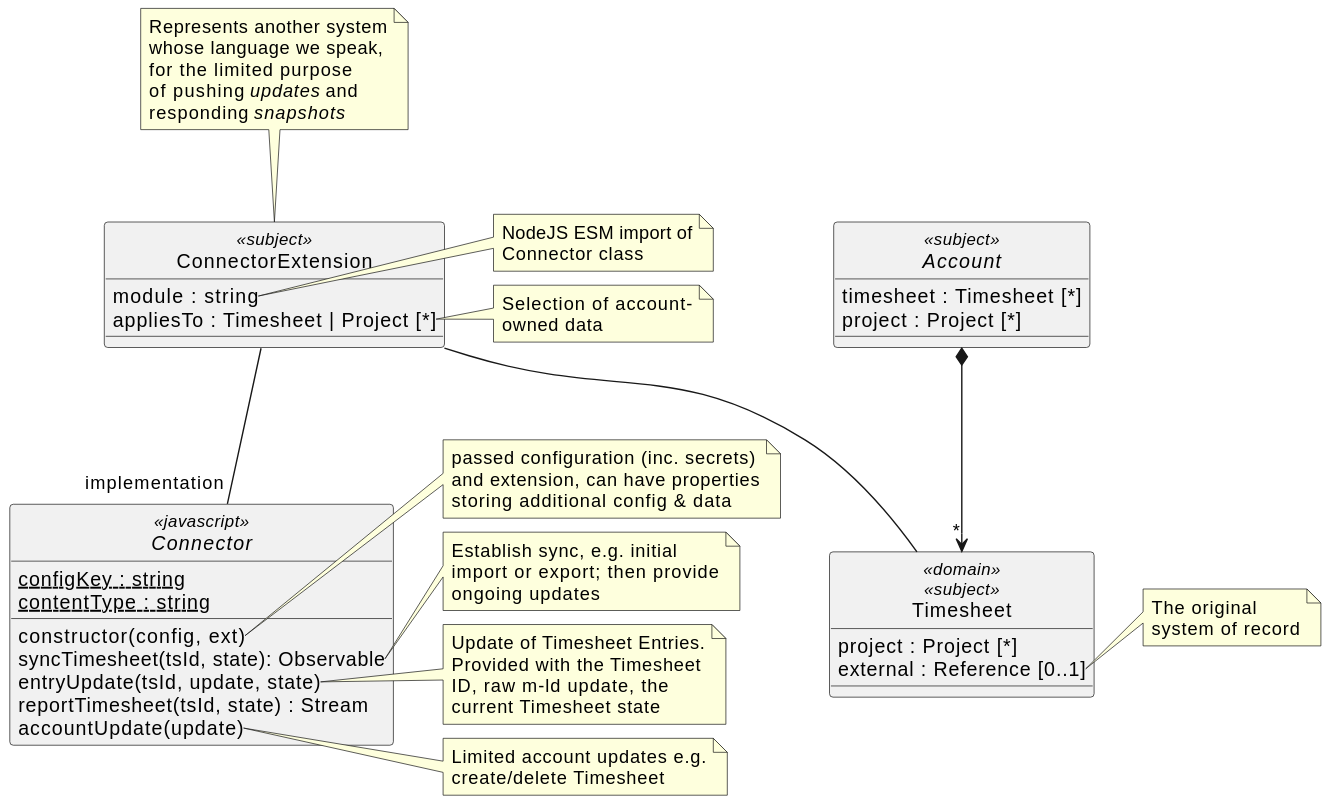
m-ld/timeld keeps this PlantUML diagram as architecture/integration/img/connector.class.svg. Above is the earlier version. The source it was exported from:
```plantuml
@startuml

hide circle
allowmixing

abstract class Account <<subject>> {
  timesheet : Timesheet [*]
  project : Project [*]
}

class Timesheet <<domain>> <<subject>> {
  project : Project [*]
  external : Reference [0..1]
}
note right of Timesheet::external
  The original
  system of record
end note

Account *--> "*" Timesheet

class ConnectorExtension <<subject>> {
  module : string
  appliesTo : Timesheet | Project [*]
}
note top of ConnectorExtension
  Represents another system
  whose language we speak,
  for the limited purpose
  of pushing //updates// and
  responding //snapshots//
end note

note right of ConnectorExtension::module
  NodeJS ESM import of
  Connector class
end note

note right of ConnectorExtension::appliesTo
  Selection of account-
  owned data
end note

ConnectorExtension -- Timesheet

abstract class Connector <<javascript>> {
  {static} configKey : string
  {static} contentType : string
  constructor(config, ext)
  syncTimesheet(tsId, state): Observable
  entryUpdate(tsId, update, state)
  reportTimesheet(tsId, state) : Stream
  accountUpdate(update)
}
note right of Connector::constructor
  passed configuration (inc. secrets)
  and extension, can have properties
  storing additional config & data
end note

note right of Connector::syncTimesheet
  Establish sync, e.g. initial
  import or export; then provide
  ongoing updates
end note

note right of Connector::entryUpdate
  Update of Timesheet Entries.
  Provided with the Timesheet
  ID, raw m-ld update, the
  current Timesheet state
end note

note right of Connector::accountUpdate
  Limited account updates e.g.
  create/delete Timesheet
end note

ConnectorExtension -- "implementation" Connector

@enduml
```
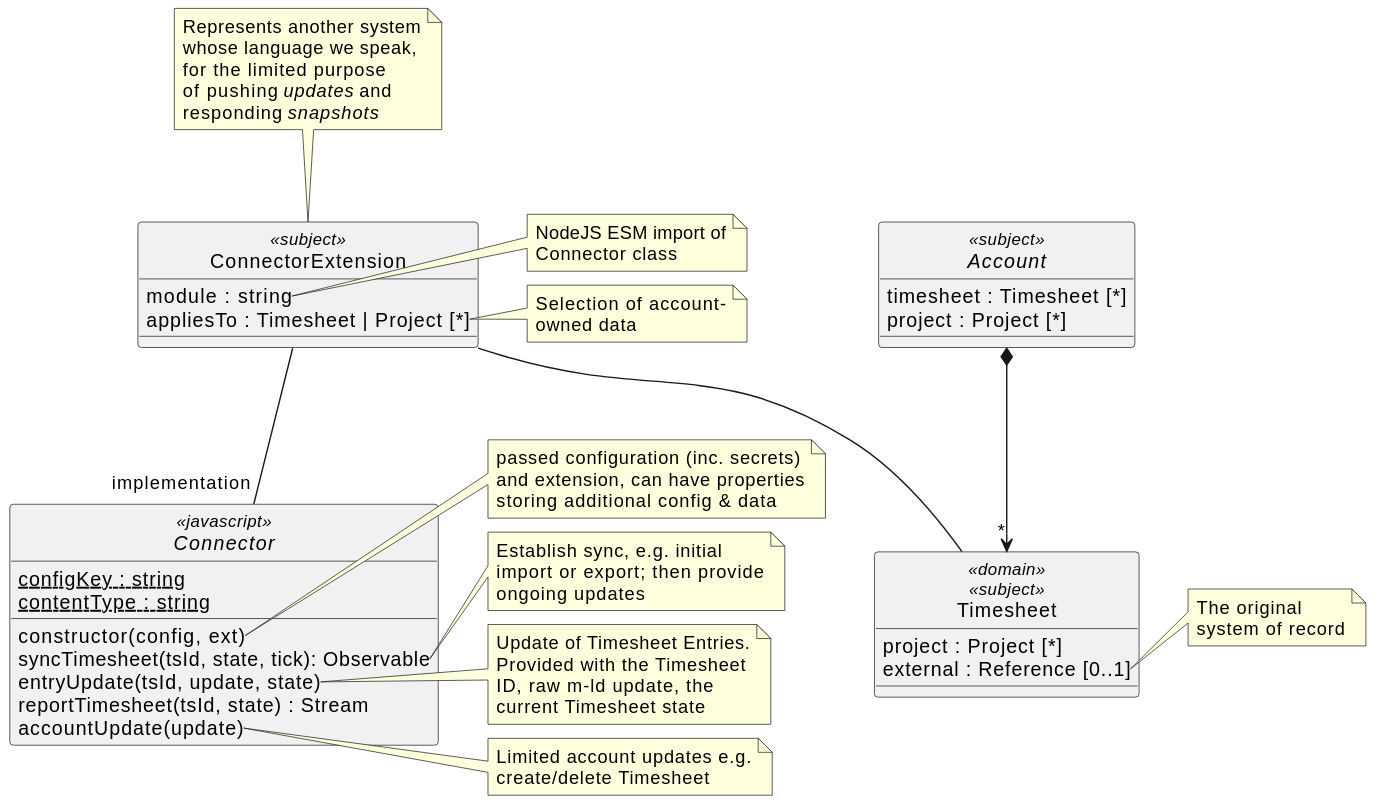
The same diagram one commit later.

Commit message:
Correction to clone parameters

Diff of the diagram source:
```diff
@@ -47,7 +47,7 @@
   {static} configKey : string
   {static} contentType : string
   constructor(config, ext)
-  syncTimesheet(tsId, state): Observable
+  syncTimesheet(tsId, state, tick): Observable
   entryUpdate(tsId, update, state)
   reportTimesheet(tsId, state) : Stream
   accountUpdate(update)
```
